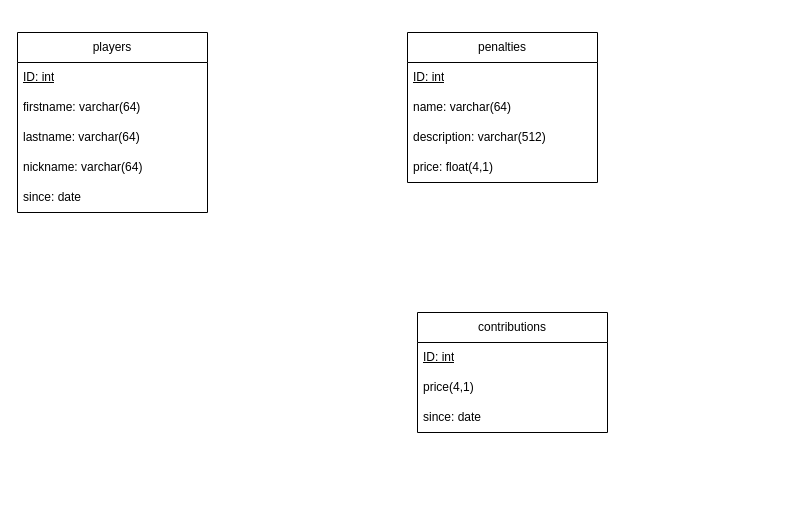
This is database/database.drawio from YoEnte/MannschaftDB, a draw.io file, before an edit. Source tidied: cells renumbered, new cells numbered last; positions are measured from the earlier drawing's top-left corner, leaving out a move shared by most shapes. Both pictures are drawn from the tidied source at 100%, with x=0, y=0 at pixel (17, 32).
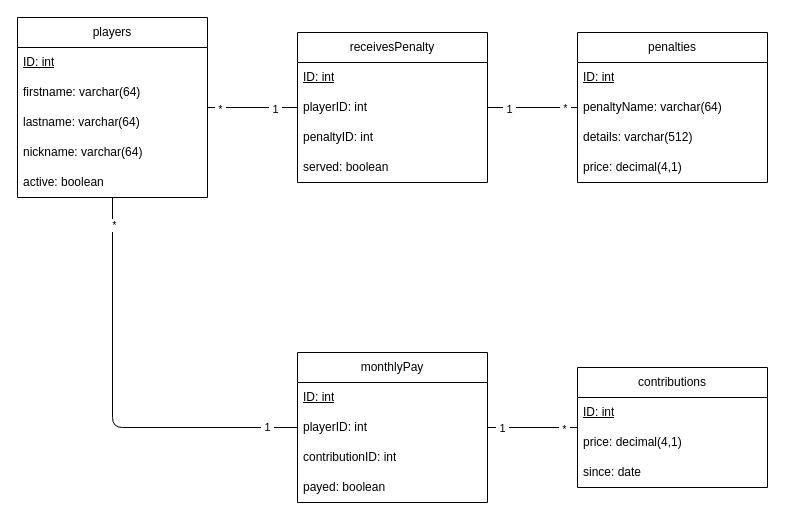
After the change.

Change to the diagram source:
```diff
@@
+    <mxCell id="17" style="edgeStyle=none;html=1;endArrow=none;endFill=0;" parent="1" edge="1" source="2" target="35">
+      <mxGeometry relative="1" as="geometry">
+        <Array as="points">
+          <mxPoint x="95" y="395" />
+        </Array>
+      </mxGeometry>
+    </mxCell>
+    <mxCell id="18" value="&amp;nbsp;*&amp;nbsp;" style="edgeLabel;html=1;align=center;verticalAlign=middle;" parent="17" vertex="1">
+      <mxGeometry x="-0.87" y="1" relative="1" as="geometry" />
+    </mxCell>
+    <mxCell id="19" value="&amp;nbsp;1&amp;nbsp;" style="edgeLabel;html=1;align=center;verticalAlign=middle;" parent="17" vertex="1">
+      <mxGeometry x="0.85" y="1" relative="1" as="geometry" />
+    </mxCell>
     <mxCell id="2" value="players" style="swimlane;fontStyle=0;horizontal=1;startSize=30;whiteSpace=wrap;html=1;" parent="1" vertex="1">
-      <mxGeometry width="190" height="180" as="geometry" />
+      <mxGeometry y="-15" width="190" height="180" as="geometry" />
     </mxCell>
@@
-    <mxCell id="7" value="since: date" style="text;strokeColor=none;fillColor=none;align=left;verticalAlign=middle;spacingLeft=4;spacingRight=4;overflow=hidden;whiteSpace=wrap;html=1;" parent="2" vertex="1">
-      <mxGeometry y="150" width="190" height="30" as="geometry" />
-    </mxCell>
+    <mxCell id="20" value="active: boolean" style="text;strokeColor=none;fillColor=none;align=left;verticalAlign=middle;spacingLeft=4;spacingRight=4;overflow=hidden;whiteSpace=wrap;html=1;" parent="2" vertex="1">
+      <mxGeometry y="150" width="190" height="30" as="geometry" />
+    </mxCell>
     <mxCell id="8" value="penalties" style="swimlane;fontStyle=0;horizontal=1;startSize=30;whiteSpace=wrap;html=1;" parent="1" vertex="1">
-      <mxGeometry x="390" width="190" height="150" as="geometry" />
+      <mxGeometry x="560" width="190" height="150" as="geometry" />
     </mxCell>
@@
-    <mxCell id="10" value="name: varchar(64)" style="text;strokeColor=none;fillColor=none;align=left;verticalAlign=middle;spacingLeft=4;spacingRight=4;overflow=hidden;whiteSpace=wrap;html=1;" parent="8" vertex="1">
+    <mxCell id="10" value="penaltyName: varchar(64)" style="text;strokeColor=none;fillColor=none;align=left;verticalAlign=middle;spacingLeft=4;spacingRight=4;overflow=hidden;whiteSpace=wrap;html=1;" parent="8" vertex="1">
       <mxGeometry y="60" width="190" height="30" as="geometry" />
     </mxCell>
-    <mxCell id="11" value="description: varchar(512)" style="text;strokeColor=none;fillColor=none;align=left;verticalAlign=middle;spacingLeft=4;spacingRight=4;overflow=hidden;whiteSpace=wrap;html=1;" parent="8" vertex="1">
+    <mxCell id="11" value="details: varchar(512)" style="text;strokeColor=none;fillColor=none;align=left;verticalAlign=middle;spacingLeft=4;spacingRight=4;overflow=hidden;whiteSpace=wrap;html=1;" parent="8" vertex="1">
       <mxGeometry y="90" width="190" height="30" as="geometry" />
     </mxCell>
-    <mxCell id="12" value="price: float(4,1)" style="text;strokeColor=none;fillColor=none;align=left;verticalAlign=middle;spacingLeft=4;spacingRight=4;overflow=hidden;whiteSpace=wrap;html=1;" parent="8" vertex="1">
+    <mxCell id="12" value="price: decimal(4,1)" style="text;strokeColor=none;fillColor=none;align=left;verticalAlign=middle;spacingLeft=4;spacingRight=4;overflow=hidden;whiteSpace=wrap;html=1;" parent="8" vertex="1">
       <mxGeometry y="120" width="190" height="30" as="geometry" />
     </mxCell>
     <mxCell id="13" value="contributions" style="swimlane;fontStyle=0;horizontal=1;startSize=30;whiteSpace=wrap;html=1;" parent="1" vertex="1">
-      <mxGeometry x="400" y="280" width="190" height="120" as="geometry" />
+      <mxGeometry x="560" y="335" width="190" height="120" as="geometry" />
     </mxCell>
@@
-    <mxCell id="15" value="price(4,1)" style="text;strokeColor=none;fillColor=none;align=left;verticalAlign=middle;spacingLeft=4;spacingRight=4;overflow=hidden;whiteSpace=wrap;html=1;" parent="13" vertex="1">
+    <mxCell id="15" value="price: decimal(4,1)" style="text;strokeColor=none;fillColor=none;align=left;verticalAlign=middle;spacingLeft=4;spacingRight=4;overflow=hidden;whiteSpace=wrap;html=1;" parent="13" vertex="1">
       <mxGeometry y="60" width="190" height="30" as="geometry" />
     </mxCell>
@@
+    <mxCell id="21" value="receivesPenalty" style="swimlane;fontStyle=0;horizontal=1;startSize=30;whiteSpace=wrap;html=1;" parent="1" vertex="1">
+      <mxGeometry x="280" width="190" height="150" as="geometry" />
+    </mxCell>
+    <mxCell id="22" value="&lt;u&gt;ID: int&lt;/u&gt;" style="text;strokeColor=none;fillColor=none;align=left;verticalAlign=middle;spacingLeft=4;spacingRight=4;overflow=hidden;whiteSpace=wrap;html=1;" parent="21" vertex="1">
+      <mxGeometry y="30" width="190" height="30" as="geometry" />
+    </mxCell>
+    <mxCell id="23" value="playerID: int" style="text;strokeColor=none;fillColor=none;align=left;verticalAlign=middle;spacingLeft=4;spacingRight=4;overflow=hidden;whiteSpace=wrap;html=1;" parent="21" vertex="1">
+      <mxGeometry y="60" width="190" height="30" as="geometry" />
+    </mxCell>
+    <mxCell id="24" value="penaltyID: int" style="text;strokeColor=none;fillColor=none;align=left;verticalAlign=middle;spacingLeft=4;spacingRight=4;overflow=hidden;whiteSpace=wrap;html=1;" parent="21" vertex="1">
+      <mxGeometry y="90" width="190" height="30" as="geometry" />
+    </mxCell>
+    <mxCell id="25" value="served: boolean" style="text;strokeColor=none;fillColor=none;align=left;verticalAlign=middle;spacingLeft=4;spacingRight=4;overflow=hidden;whiteSpace=wrap;html=1;" parent="21" vertex="1">
+      <mxGeometry y="120" width="190" height="30" as="geometry" />
+    </mxCell>
+    <mxCell id="26" style="edgeStyle=none;html=1;endArrow=none;endFill=0;" parent="1" edge="1" source="2" target="21">
+      <mxGeometry relative="1" as="geometry" />
+    </mxCell>
+    <mxCell id="27" value="&amp;nbsp;*&amp;nbsp;" style="edgeLabel;html=1;align=center;verticalAlign=middle;" parent="26" vertex="1">
+      <mxGeometry x="-0.74" y="-1" relative="1" as="geometry" />
+    </mxCell>
+    <mxCell id="28" value="&amp;nbsp;1&amp;nbsp;" style="edgeLabel;html=1;align=center;verticalAlign=middle;" parent="26" vertex="1">
+      <mxGeometry x="0.49" y="-1" relative="1" as="geometry" />
+    </mxCell>
+    <mxCell id="29" style="edgeStyle=none;html=1;endArrow=none;endFill=0;" parent="1" edge="1" source="8" target="21">
+      <mxGeometry relative="1" as="geometry" />
+    </mxCell>
+    <mxCell id="30" value="&amp;nbsp;*&amp;nbsp;" style="edgeLabel;html=1;align=center;verticalAlign=middle;" parent="29" vertex="1">
+      <mxGeometry x="-0.71" relative="1" as="geometry" />
+    </mxCell>
+    <mxCell id="31" value="&amp;nbsp;1&amp;nbsp;" style="edgeLabel;html=1;align=center;verticalAlign=middle;" parent="29" vertex="1">
+      <mxGeometry x="0.53" y="1" relative="1" as="geometry" />
+    </mxCell>
+    <mxCell id="32" style="edgeStyle=none;html=1;endArrow=none;endFill=0;" parent="1" edge="1" source="35" target="13">
+      <mxGeometry relative="1" as="geometry" />
+    </mxCell>
+    <mxCell id="33" value="&amp;nbsp;1&amp;nbsp;" style="edgeLabel;html=1;align=center;verticalAlign=middle;" parent="32" vertex="1">
+      <mxGeometry x="-0.7" relative="1" as="geometry" />
+    </mxCell>
+    <mxCell id="34" value="&amp;nbsp;*&amp;nbsp;" style="edgeLabel;html=1;align=center;verticalAlign=middle;" parent="32" vertex="1">
+      <mxGeometry x="0.68" y="-1" relative="1" as="geometry" />
+    </mxCell>
+    <mxCell id="35" value="monthlyPay" style="swimlane;fontStyle=0;horizontal=1;startSize=30;whiteSpace=wrap;html=1;" parent="1" vertex="1">
+      <mxGeometry x="280" y="320" width="190" height="150" as="geometry" />
+    </mxCell>
+    <mxCell id="36" value="&lt;u&gt;ID: int&lt;/u&gt;" style="text;strokeColor=none;fillColor=none;align=left;verticalAlign=middle;spacingLeft=4;spacingRight=4;overflow=hidden;whiteSpace=wrap;html=1;" parent="35" vertex="1">
+      <mxGeometry y="30" width="190" height="30" as="geometry" />
+    </mxCell>
+    <mxCell id="37" value="playerID: int" style="text;strokeColor=none;fillColor=none;align=left;verticalAlign=middle;spacingLeft=4;spacingRight=4;overflow=hidden;whiteSpace=wrap;html=1;" parent="35" vertex="1">
+      <mxGeometry y="60" width="190" height="30" as="geometry" />
+    </mxCell>
+    <mxCell id="38" value="contributionID: int" style="text;strokeColor=none;fillColor=none;align=left;verticalAlign=middle;spacingLeft=4;spacingRight=4;overflow=hidden;whiteSpace=wrap;html=1;" parent="35" vertex="1">
+      <mxGeometry y="90" width="190" height="30" as="geometry" />
+    </mxCell>
+    <mxCell id="39" value="payed: boolean" style="text;strokeColor=none;fillColor=none;align=left;verticalAlign=middle;spacingLeft=4;spacingRight=4;overflow=hidden;whiteSpace=wrap;html=1;" parent="35" vertex="1">
+      <mxGeometry y="120" width="190" height="30" as="geometry" />
+    </mxCell>
```
